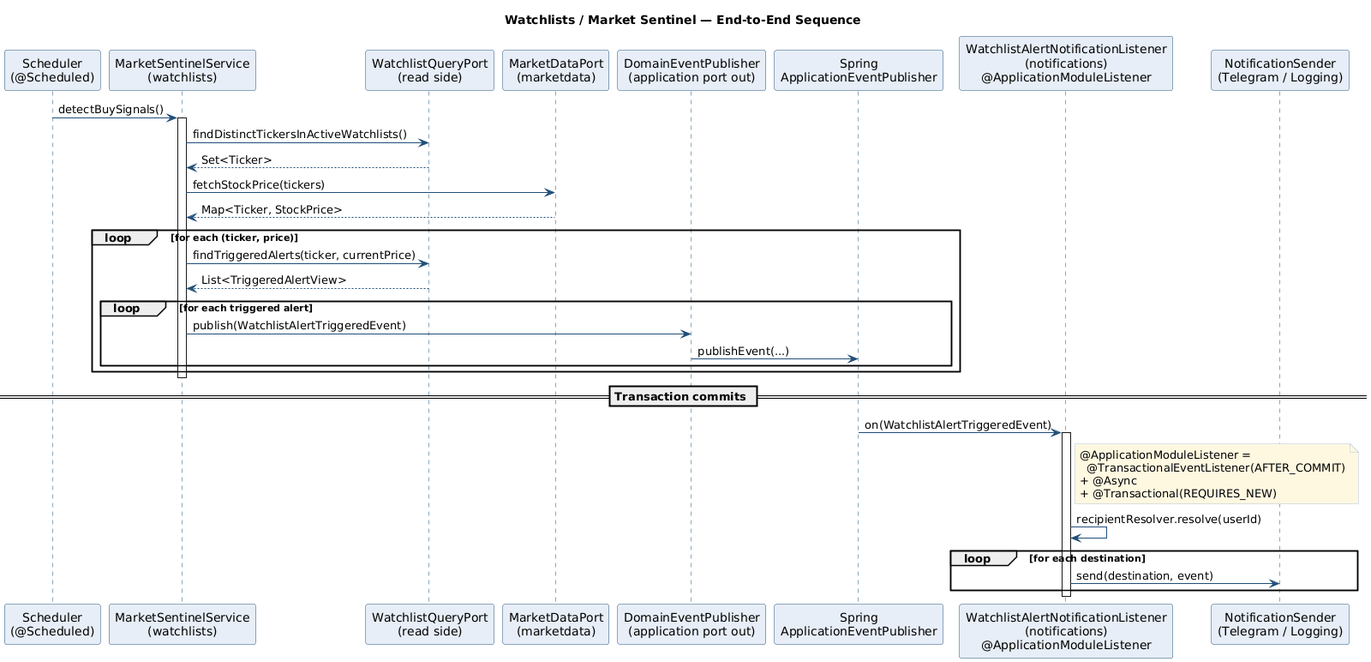
The PlantUML diagram doc/consultancy/monday-session/diagrams/Rendered/07-watchlist-sentinel-sequence.png in alfredorueda/HexaStock, before a commit. Source of this version:
```plantuml
@startuml 07-watchlist-sentinel-sequence
title Watchlists / Market Sentinel — End-to-End Sequence

skinparam shadowing false
skinparam backgroundColor #FFFFFF
skinparam SequenceArrowColor #1f4e79
skinparam SequenceLifeLineBorderColor #1f4e79
skinparam ParticipantBorderColor #1f4e79
skinparam ParticipantBackgroundColor #e7eef7
skinparam NoteBorderColor #b3c4d9
skinparam NoteBackgroundColor #fff8e1

participant "Scheduler\n(@Scheduled)" as sched
participant "MarketSentinelService\n(watchlists)" as sentinel
participant "WatchlistQueryPort\n(read side)" as query
participant "MarketDataPort\n(marketdata)" as feed
participant "DomainEventPublisher\n(application port out)" as pub
participant "Spring\nApplicationEventPublisher" as spring
participant "WatchlistAlertNotificationListener\n(notifications)\n@ApplicationModuleListener" as listener
participant "NotificationSender\n(Telegram / Logging)" as sender

sched -> sentinel : detectBuySignals()
activate sentinel
sentinel -> query : findDistinctTickersInActiveWatchlists()
query --> sentinel : Set<Ticker>
sentinel -> feed : fetchStockPrice(tickers)
feed --> sentinel : Map<Ticker, StockPrice>
loop for each (ticker, price)
  sentinel -> query : findTriggeredAlerts(ticker, currentPrice)
  query --> sentinel : List<TriggeredAlertView>
  loop for each triggered alert
    sentinel -> pub : publish(WatchlistAlertTriggeredEvent)
    pub -> spring : publishEvent(...)
  end
end
deactivate sentinel

== Transaction commits ==

spring -> listener : on(WatchlistAlertTriggeredEvent)
note right of listener
  @ApplicationModuleListener =
    @TransactionalEventListener(AFTER_COMMIT)
  + @Async
  + @Transactional(REQUIRES_NEW)
end note
activate listener
listener -> listener : recipientResolver.resolve(userId)
loop for each destination
  listener -> sender : send(destination, event)
end
deactivate listener

@enduml
```
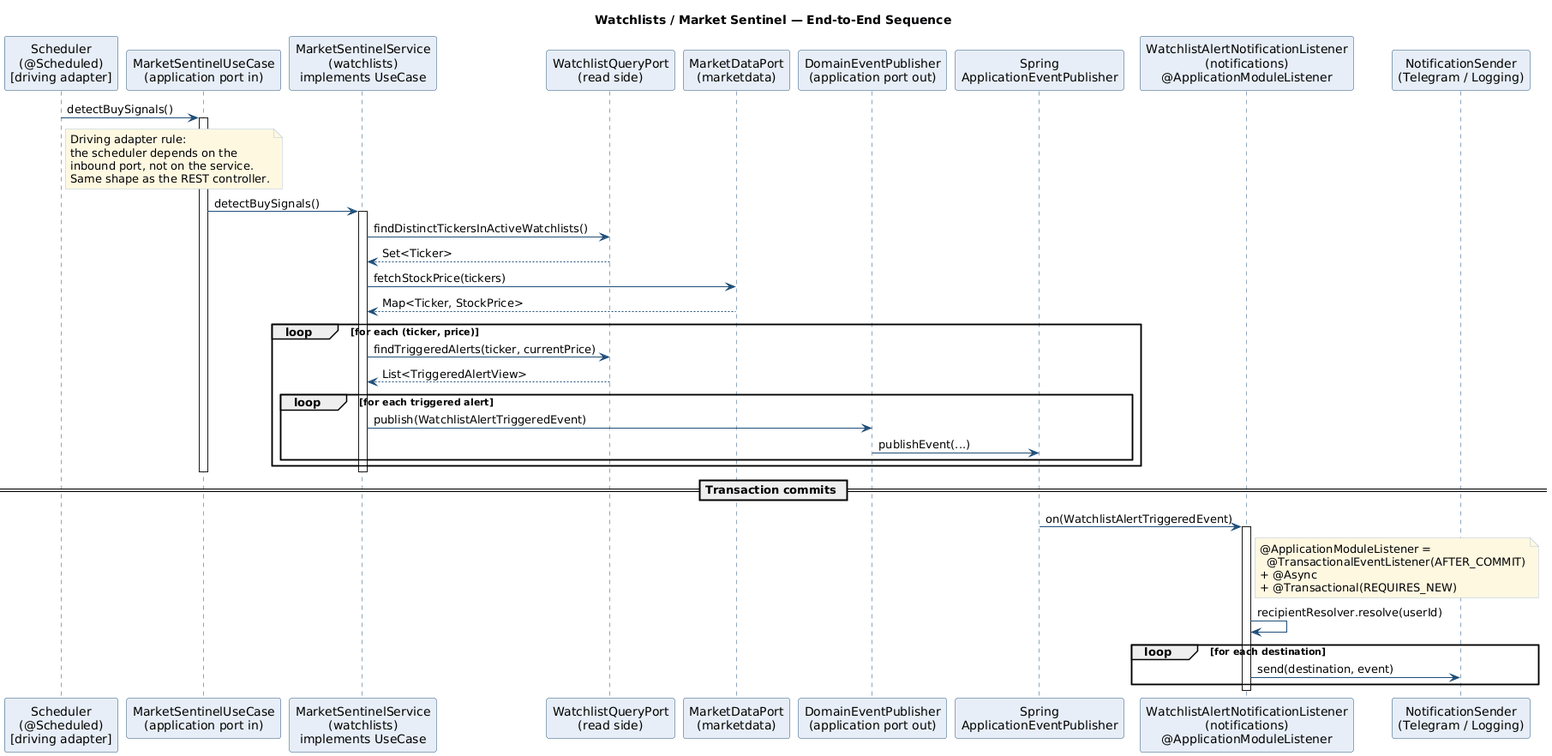
The same file after the commit.

Commit message:
Fix watchlist sentinel diagram: scheduler -> inbound port (not service)

Change to the diagram source:
```diff
@@ -10,8 +10,9 @@
 skinparam NoteBorderColor #b3c4d9
 skinparam NoteBackgroundColor #fff8e1
 
-participant "Scheduler\n(@Scheduled)" as sched
-participant "MarketSentinelService\n(watchlists)" as sentinel
+participant "Scheduler\n(@Scheduled)\n[driving adapter]" as sched
+participant "MarketSentinelUseCase\n(application port in)" as usecase
+participant "MarketSentinelService\n(watchlists)\nimplements UseCase" as sentinel
 participant "WatchlistQueryPort\n(read side)" as query
 participant "MarketDataPort\n(marketdata)" as feed
 participant "DomainEventPublisher\n(application port out)" as pub
@@ -19,7 +20,15 @@
 participant "WatchlistAlertNotificationListener\n(notifications)\n@ApplicationModuleListener" as listener
 participant "NotificationSender\n(Telegram / Logging)" as sender
 
-sched -> sentinel : detectBuySignals()
+sched -> usecase : detectBuySignals()
+note right of sched
+  Driving adapter rule:
+  the scheduler depends on the
+  inbound port, not on the service.
+  Same shape as the REST controller.
+end note
+activate usecase
+usecase -> sentinel : detectBuySignals()
 activate sentinel
 sentinel -> query : findDistinctTickersInActiveWatchlists()
 query --> sentinel : Set<Ticker>
@@ -34,6 +43,7 @@
   end
 end
 deactivate sentinel
+deactivate usecase
 
 == Transaction commits ==
 
```
